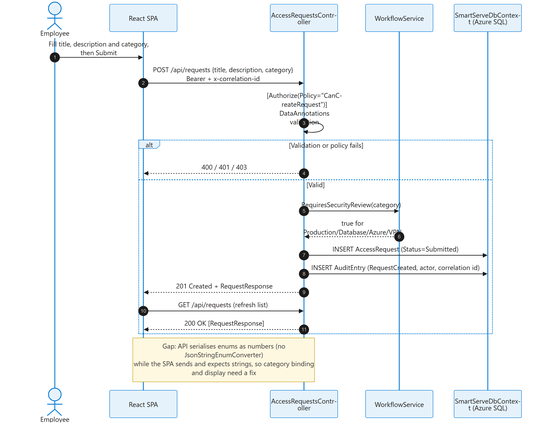
This is docs/complete-solution-documentation/diagrams/rendered/08-submit-request-sequence.png from Deepankar-AICloud/AISDLC-V1, a Mermaid export, as it was before one commit. Its source is kept beside it as docs/complete-solution-documentation/diagrams/mermaid/08-submit-request-sequence.mmd. The source it was exported from:
```mermaid
sequenceDiagram
  autonumber
  actor Emp as Employee
  participant SPA as React SPA
  participant API as AccessRequestsController
  participant WF as WorkflowService
  participant DB as SmartServeDbContext (Azure SQL)
  Emp->>SPA: Fill title, description and category, then Submit
  SPA->>API: POST /api/requests {title, description, category}<br/>Bearer + x-correlation-id
  API->>API: [Authorize(Policy="CanCreateRequest")]<br/>DataAnnotations validation
  alt Validation or policy fails
    API-->>SPA: 400 / 401 / 403
  else Valid
    API->>WF: RequiresSecurityReview(category)
    WF-->>API: true for Production/Database/Azure/VPN
    API->>DB: INSERT AccessRequest (Status=Submitted)
    API->>DB: INSERT AuditEntry (RequestCreated, actor, correlation id)
    API-->>SPA: 201 Created + RequestResponse
    SPA->>API: GET /api/requests (refresh list)
    API-->>SPA: 200 OK [RequestResponse]
  end
  Note over SPA,API: Gap: API serialises enums as numbers (no JsonStringEnumConverter)<br/>while the SPA sends and expects strings, so category binding and display need a fix
```
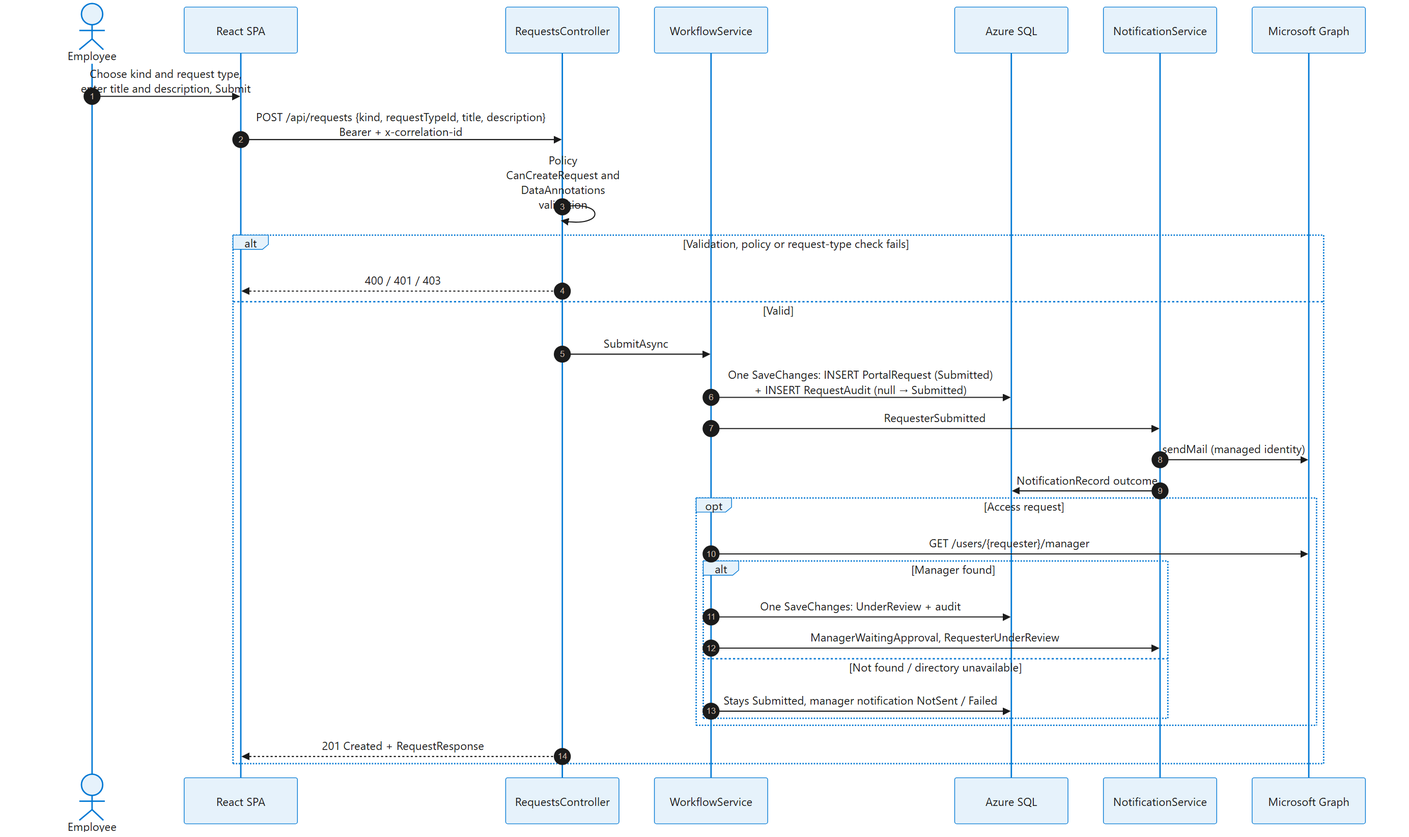
Later version of the same file.

The edit, as a diff of the source:
```diff
@@ -2,21 +2,30 @@
   autonumber
   actor Emp as Employee
   participant SPA as React SPA
-  participant API as AccessRequestsController
+  participant API as RequestsController
   participant WF as WorkflowService
-  participant DB as SmartServeDbContext (Azure SQL)
-  Emp->>SPA: Fill title, description and category, then Submit
-  SPA->>API: POST /api/requests {title, description, category}<br/>Bearer + x-correlation-id
-  API->>API: [Authorize(Policy="CanCreateRequest")]<br/>DataAnnotations validation
-  alt Validation or policy fails
+  participant DB as Azure SQL
+  participant NS as NotificationService
+  participant G as Microsoft Graph
+  Emp->>SPA: Choose kind and request type, enter title and description, Submit
+  SPA->>API: POST /api/requests {kind, requestTypeId, title, description}<br/>Bearer + x-correlation-id
+  API->>API: Policy CanCreateRequest and DataAnnotations validation
+  alt Validation, policy or request-type check fails
     API-->>SPA: 400 / 401 / 403
   else Valid
-    API->>WF: RequiresSecurityReview(category)
-    WF-->>API: true for Production/Database/Azure/VPN
-    API->>DB: INSERT AccessRequest (Status=Submitted)
-    API->>DB: INSERT AuditEntry (RequestCreated, actor, correlation id)
+    API->>WF: SubmitAsync
+    WF->>DB: One SaveChanges: INSERT PortalRequest (Submitted)<br/>+ INSERT RequestAudit (null → Submitted)
+    WF->>NS: RequesterSubmitted
+    NS->>G: sendMail (managed identity)
+    NS->>DB: NotificationRecord outcome
+    opt Access request
+      WF->>G: GET /users/{requester}/manager
+      alt Manager found
+        WF->>DB: One SaveChanges: UnderReview + audit
+        WF->>NS: ManagerWaitingApproval, RequesterUnderReview
+      else Not found / directory unavailable
+        WF->>DB: Stays Submitted, manager notification NotSent / Failed
+      end
+    end
     API-->>SPA: 201 Created + RequestResponse
-    SPA->>API: GET /api/requests (refresh list)
-    API-->>SPA: 200 OK [RequestResponse]
   end
-  Note over SPA,API: Gap: API serialises enums as numbers (no JsonStringEnumConverter)<br/>while the SPA sends and expects strings, so category binding and display need a fix
```
